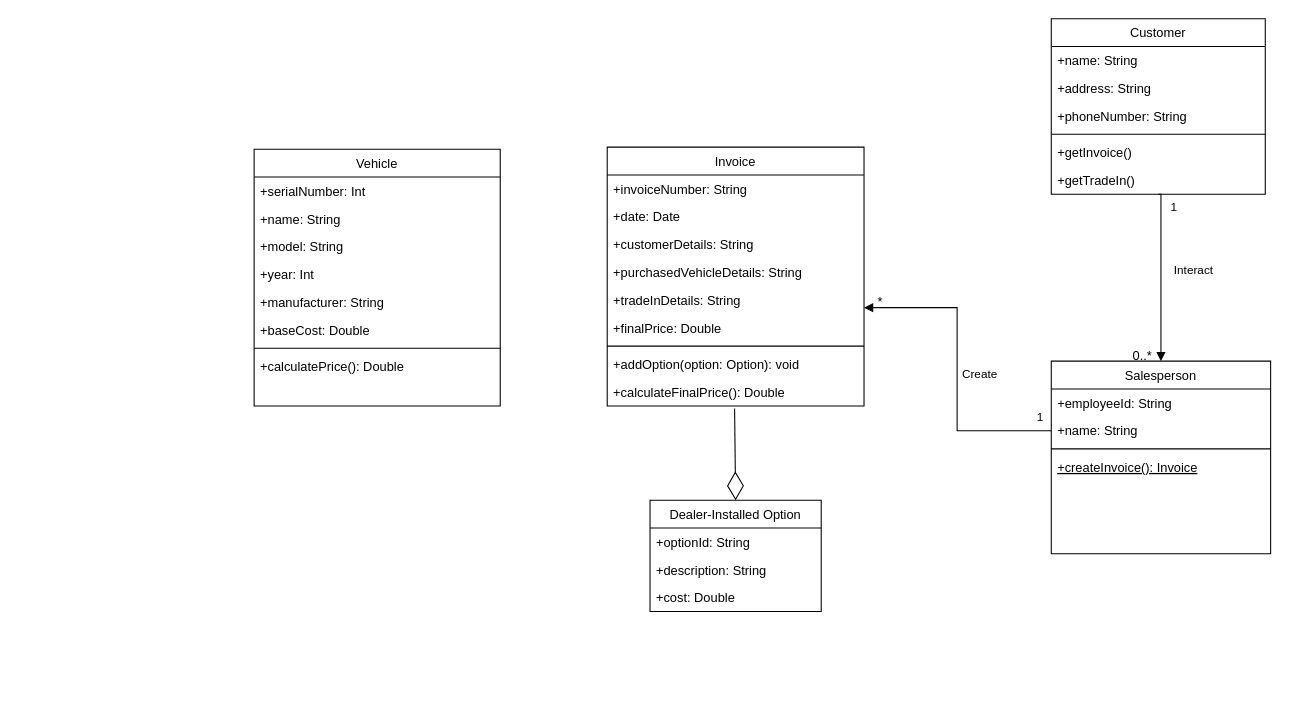
This is Untitled Diagram.drawio from LarryChenCode/IS7020_diagrams, a draw.io file, before an edit. Source tidied: cells renumbered, new cells numbered last; positions are measured from the earlier drawing's top-left corner, leaving out a move shared by most shapes. Both pictures are drawn from the tidied source at 107%, with x=0, y=0 at pixel (254, 18).
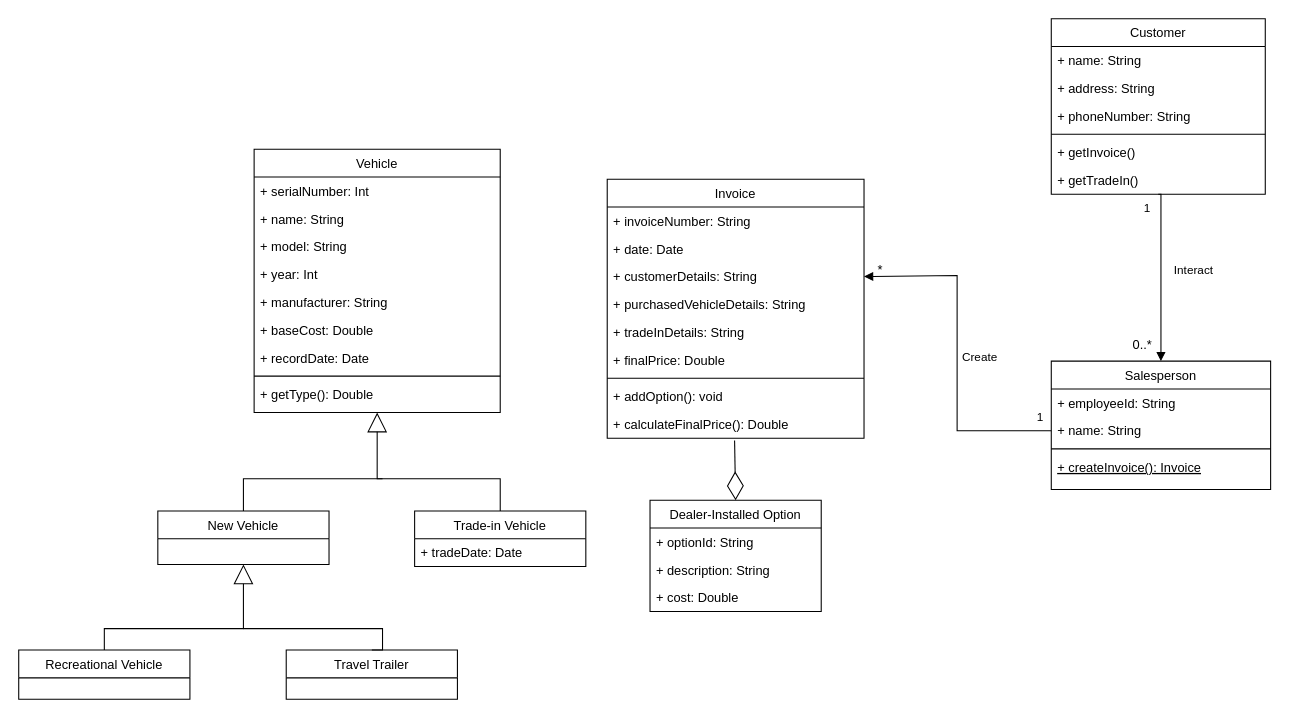
Above is the later version.

Unchanged cells that the change refers to:
```xml
<mxCell id="26" value="Customer" style="swimlane;fontStyle=0;align=center;verticalAlign=top;horizontal=1;startSize=26;rounded=0;shadow=0;strokeWidth=1;" parent="1" vertex="1">
  <mxGeometry x="745" width="200" height="164" as="geometry" />
</mxCell>
<mxCell id="33" value="Dealer-Installed Option" style="swimlane;fontStyle=0;align=center;verticalAlign=top;horizontal=1;startSize=26;rounded=0;shadow=0;strokeWidth=1;" parent="1" vertex="1">
  <mxGeometry x="370" y="450" width="160" height="104" as="geometry" />
</mxCell>
<mxCell id="37" value="Interact" style="endArrow=block;endFill=1;html=1;edgeStyle=orthogonalEdgeStyle;align=left;verticalAlign=top;rounded=0;entryX=0.5;entryY=0;entryDx=0;entryDy=0;" parent="1" edge="1" target="11">
  <mxGeometry x="-0.24" y="10" relative="1" as="geometry">
    <mxPoint x="845" y="164" as="sourcePoint" />
    <Array as="points">
      <mxPoint x="845" y="164" />
    </Array>
  </mxGeometry>
</mxCell>
```

Diff of the diagram source:
```diff
@@
     <mxCell id="2" value="Vehicle" style="swimlane;fontStyle=0;align=center;verticalAlign=top;horizontal=1;startSize=26;rounded=0;shadow=0;strokeWidth=1;" parent="1" vertex="1">
-      <mxGeometry y="122" width="230" height="240" as="geometry" />
+      <mxGeometry y="122" width="230" height="246" as="geometry" />
     </mxCell>
-    <mxCell id="3" value="+serialNumber: Int" style="text;align=left;verticalAlign=top;spacingLeft=4;spacingRight=4;overflow=hidden;" parent="2" vertex="1">
+    <mxCell id="3" value="+ serialNumber: Int" style="text;align=left;verticalAlign=top;spacingLeft=4;spacingRight=4;overflow=hidden;" parent="2" vertex="1">
       <mxGeometry y="26" width="230" height="26" as="geometry" />
     </mxCell>
-    <mxCell id="4" value="+name: String" style="text;align=left;verticalAlign=top;spacingLeft=4;spacingRight=4;overflow=hidden;rounded=0;shadow=0;html=0;" parent="2" vertex="1">
+    <mxCell id="4" value="+ name: String" style="text;align=left;verticalAlign=top;spacingLeft=4;spacingRight=4;overflow=hidden;rounded=0;shadow=0;html=0;" parent="2" vertex="1">
       <mxGeometry y="52" width="230" height="26" as="geometry" />
     </mxCell>
-    <mxCell id="5" value="+model: String" style="text;align=left;verticalAlign=top;spacingLeft=4;spacingRight=4;overflow=hidden;rounded=0;shadow=0;html=0;" parent="2" vertex="1">
+    <mxCell id="5" value="+ model: String" style="text;align=left;verticalAlign=top;spacingLeft=4;spacingRight=4;overflow=hidden;rounded=0;shadow=0;html=0;" parent="2" vertex="1">
       <mxGeometry y="78" width="230" height="26" as="geometry" />
     </mxCell>
-    <mxCell id="6" value="+year: Int" style="text;align=left;verticalAlign=top;spacingLeft=4;spacingRight=4;overflow=hidden;rounded=0;shadow=0;html=0;" parent="2" vertex="1">
+    <mxCell id="6" value="+ year: Int" style="text;align=left;verticalAlign=top;spacingLeft=4;spacingRight=4;overflow=hidden;rounded=0;shadow=0;html=0;" parent="2" vertex="1">
       <mxGeometry y="104" width="230" height="26" as="geometry" />
     </mxCell>
-    <mxCell id="7" value="+manufacturer: String" style="text;align=left;verticalAlign=top;spacingLeft=4;spacingRight=4;overflow=hidden;rounded=0;shadow=0;html=0;" parent="2" vertex="1">
+    <mxCell id="7" value="+ manufacturer: String" style="text;align=left;verticalAlign=top;spacingLeft=4;spacingRight=4;overflow=hidden;rounded=0;shadow=0;html=0;" parent="2" vertex="1">
       <mxGeometry y="130" width="230" height="26" as="geometry" />
     </mxCell>
-    <mxCell id="8" value="+baseCost: Double" style="text;align=left;verticalAlign=top;spacingLeft=4;spacingRight=4;overflow=hidden;rounded=0;shadow=0;html=0;" parent="2" vertex="1">
+    <mxCell id="8" value="+ baseCost: Double" style="text;align=left;verticalAlign=top;spacingLeft=4;spacingRight=4;overflow=hidden;rounded=0;shadow=0;html=0;" parent="2" vertex="1">
       <mxGeometry y="156" width="230" height="26" as="geometry" />
     </mxCell>
+    <mxCell id="44" value="+ recordDate: Date" style="text;align=left;verticalAlign=top;spacingLeft=4;spacingRight=4;overflow=hidden;rounded=0;shadow=0;html=0;" parent="2" vertex="1">
+      <mxGeometry y="182" width="230" height="26" as="geometry" />
+    </mxCell>
     <mxCell id="9" style="line;html=1;strokeWidth=1;align=left;verticalAlign=middle;spacingTop=-1;spacingLeft=3;spacingRight=3;labelPosition=right;" parent="2" vertex="1">
-      <mxGeometry y="182" width="230" height="8" as="geometry" />
+      <mxGeometry y="208" width="230" height="8" as="geometry" />
     </mxCell>
-    <mxCell id="10" value="+calculatePrice(): Double" style="text;align=left;verticalAlign=top;spacingLeft=4;spacingRight=4;overflow=hidden;" parent="2" vertex="1">
-      <mxGeometry y="190" width="230" height="30" as="geometry" />
-    </mxCell>
+    <mxCell id="45" value="+ getType(): Double" style="text;align=left;verticalAlign=top;spacingLeft=4;spacingRight=4;overflow=hidden;" parent="2" vertex="1">
+      <mxGeometry y="216" width="230" height="30" as="geometry" />
+    </mxCell>
     <mxCell id="11" value="Salesperson" style="swimlane;fontStyle=0;align=center;verticalAlign=top;horizontal=1;startSize=26;rounded=0;shadow=0;strokeWidth=1;" parent="1" vertex="1">
-      <mxGeometry x="745" y="320" width="205" height="180" as="geometry" />
+      <mxGeometry x="745" y="320" width="205" height="120" as="geometry" />
     </mxCell>
-    <mxCell id="12" value="+employeeId: String" style="text;align=left;verticalAlign=top;spacingLeft=4;spacingRight=4;overflow=hidden;" parent="11" vertex="1">
+    <mxCell id="12" value="+ employeeId: String" style="text;align=left;verticalAlign=top;spacingLeft=4;spacingRight=4;overflow=hidden;" parent="11" vertex="1">
       <mxGeometry y="26" width="205" height="26" as="geometry" />
     </mxCell>
-    <mxCell id="13" value="+name: String" style="text;align=left;verticalAlign=top;spacingLeft=4;spacingRight=4;overflow=hidden;points=[[0,0.5],[1,0.5]];portConstraint=eastwest;rounded=0;shadow=0;html=0;" parent="11" vertex="1">
+    <mxCell id="13" value="+ name: String" style="text;align=left;verticalAlign=top;spacingLeft=4;spacingRight=4;overflow=hidden;points=[[0,0.5],[1,0.5]];portConstraint=eastwest;rounded=0;shadow=0;html=0;" parent="11" vertex="1">
       <mxGeometry y="52" width="205" height="26" as="geometry" />
     </mxCell>
@@
-    <mxCell id="15" value="+createInvoice(): Invoice" style="text;align=left;verticalAlign=top;spacingLeft=4;spacingRight=4;overflow=hidden;fontStyle=4;" parent="11" vertex="1">
-      <mxGeometry y="86" width="205" height="94" as="geometry" />
+    <mxCell id="15" value="+ createInvoice(): Invoice" style="text;align=left;verticalAlign=top;spacingLeft=4;spacingRight=4;overflow=hidden;fontStyle=4;" parent="11" vertex="1">
+      <mxGeometry y="86" width="205" height="34" as="geometry" />
     </mxCell>
     <mxCell id="16" value="Invoice" style="swimlane;fontStyle=0;align=center;verticalAlign=top;horizontal=1;startSize=26;rounded=0;shadow=0;strokeWidth=1;" parent="1" vertex="1">
-      <mxGeometry x="330" y="120" width="240" height="242" as="geometry" />
+      <mxGeometry x="330" y="150" width="240" height="242" as="geometry" />
     </mxCell>
-    <mxCell id="17" value="+invoiceNumber: String" style="text;align=left;verticalAlign=top;spacingLeft=4;spacingRight=4;overflow=hidden;" parent="16" vertex="1">
+    <mxCell id="17" value="+ invoiceNumber: String" style="text;align=left;verticalAlign=top;spacingLeft=4;spacingRight=4;overflow=hidden;" parent="16" vertex="1">
       <mxGeometry y="26" width="240" height="26" as="geometry" />
     </mxCell>
-    <mxCell id="18" value="+date: Date" style="text;align=left;verticalAlign=top;spacingLeft=4;spacingRight=4;overflow=hidden;" parent="16" vertex="1">
+    <mxCell id="18" value="+ date: Date" style="text;align=left;verticalAlign=top;spacingLeft=4;spacingRight=4;overflow=hidden;" parent="16" vertex="1">
       <mxGeometry y="52" width="240" height="26" as="geometry" />
     </mxCell>
-    <mxCell id="19" value="+customerDetails: String" style="text;align=left;verticalAlign=top;spacingLeft=4;spacingRight=4;overflow=hidden;points=[[0,0.5],[1,0.5]];portConstraint=eastwest;" parent="16" vertex="1">
+    <mxCell id="19" value="+ customerDetails: String" style="text;align=left;verticalAlign=top;spacingLeft=4;spacingRight=4;overflow=hidden;points=[[0,0.5],[1,0.5]];portConstraint=eastwest;" parent="16" vertex="1">
       <mxGeometry y="78" width="240" height="26" as="geometry" />
     </mxCell>
-    <mxCell id="20" value="+purchasedVehicleDetails: String" style="text;align=left;verticalAlign=top;spacingLeft=4;spacingRight=4;overflow=hidden;" parent="16" vertex="1">
+    <mxCell id="20" value="+ purchasedVehicleDetails: String" style="text;align=left;verticalAlign=top;spacingLeft=4;spacingRight=4;overflow=hidden;" parent="16" vertex="1">
       <mxGeometry y="104" width="240" height="26" as="geometry" />
     </mxCell>
-    <mxCell id="21" value="+tradeInDetails: String" style="text;align=left;verticalAlign=top;spacingLeft=4;spacingRight=4;overflow=hidden;" parent="16" vertex="1">
+    <mxCell id="21" value="+ tradeInDetails: String" style="text;align=left;verticalAlign=top;spacingLeft=4;spacingRight=4;overflow=hidden;" parent="16" vertex="1">
       <mxGeometry y="130" width="240" height="26" as="geometry" />
     </mxCell>
-    <mxCell id="22" value="+finalPrice: Double" style="text;align=left;verticalAlign=top;spacingLeft=4;spacingRight=4;overflow=hidden;" parent="16" vertex="1">
+    <mxCell id="22" value="+ finalPrice: Double" style="text;align=left;verticalAlign=top;spacingLeft=4;spacingRight=4;overflow=hidden;" parent="16" vertex="1">
       <mxGeometry y="156" width="240" height="26" as="geometry" />
     </mxCell>
@@
-    <mxCell id="24" value="+addOption(option: Option): void" style="text;align=left;verticalAlign=top;spacingLeft=4;spacingRight=4;overflow=hidden;" parent="16" vertex="1">
+    <mxCell id="24" value="+ addOption(): void" style="text;align=left;verticalAlign=top;spacingLeft=4;spacingRight=4;overflow=hidden;" parent="16" vertex="1">
       <mxGeometry y="190" width="240" height="26" as="geometry" />
     </mxCell>
-    <mxCell id="25" value="+calculateFinalPrice(): Double" style="text;align=left;verticalAlign=top;spacingLeft=4;spacingRight=4;overflow=hidden;points=[[0,0.5],[1,0.5]];portConstraint=eastwest;" parent="16" vertex="1">
+    <mxCell id="25" value="+ calculateFinalPrice(): Double" style="text;align=left;verticalAlign=top;spacingLeft=4;spacingRight=4;overflow=hidden;points=[[0,0.5],[1,0.5]];portConstraint=eastwest;" parent="16" vertex="1">
       <mxGeometry y="216" width="240" height="26" as="geometry" />
     </mxCell>
@@
-    <mxCell id="27" value="+name: String" style="text;align=left;verticalAlign=top;spacingLeft=4;spacingRight=4;overflow=hidden;" parent="26" vertex="1">
+    <mxCell id="27" value="+ name: String" style="text;align=left;verticalAlign=top;spacingLeft=4;spacingRight=4;overflow=hidden;" parent="26" vertex="1">
       <mxGeometry y="26" width="200" height="26" as="geometry" />
     </mxCell>
-    <mxCell id="28" value="+address: String" style="text;align=left;verticalAlign=top;spacingLeft=4;spacingRight=4;overflow=hidden;rounded=0;shadow=0;html=0;" parent="26" vertex="1">
+    <mxCell id="28" value="+ address: String" style="text;align=left;verticalAlign=top;spacingLeft=4;spacingRight=4;overflow=hidden;rounded=0;shadow=0;html=0;" parent="26" vertex="1">
       <mxGeometry y="52" width="200" height="26" as="geometry" />
     </mxCell>
-    <mxCell id="29" value="+phoneNumber: String" style="text;align=left;verticalAlign=top;spacingLeft=4;spacingRight=4;overflow=hidden;rounded=0;shadow=0;html=0;" parent="26" vertex="1">
+    <mxCell id="29" value="+ phoneNumber: String" style="text;align=left;verticalAlign=top;spacingLeft=4;spacingRight=4;overflow=hidden;rounded=0;shadow=0;html=0;" parent="26" vertex="1">
       <mxGeometry y="78" width="200" height="26" as="geometry" />
     </mxCell>
@@
-    <mxCell id="31" value="+getInvoice()" style="text;align=left;verticalAlign=top;spacingLeft=4;spacingRight=4;overflow=hidden;" parent="26" vertex="1">
+    <mxCell id="31" value="+ getInvoice()" style="text;align=left;verticalAlign=top;spacingLeft=4;spacingRight=4;overflow=hidden;" parent="26" vertex="1">
       <mxGeometry y="112" width="200" height="26" as="geometry" />
     </mxCell>
-    <mxCell id="32" value="+getTradeIn()" style="text;align=left;verticalAlign=top;spacingLeft=4;spacingRight=4;overflow=hidden;" parent="26" vertex="1">
+    <mxCell id="32" value="+ getTradeIn()" style="text;align=left;verticalAlign=top;spacingLeft=4;spacingRight=4;overflow=hidden;" parent="26" vertex="1">
       <mxGeometry y="138" width="200" height="26" as="geometry" />
     </mxCell>
@@
-    <mxCell id="34" value="+optionId: String" style="text;align=left;verticalAlign=top;spacingLeft=4;spacingRight=4;overflow=hidden;" parent="33" vertex="1">
+    <mxCell id="34" value="+ optionId: String" style="text;align=left;verticalAlign=top;spacingLeft=4;spacingRight=4;overflow=hidden;" parent="33" vertex="1">
       <mxGeometry y="26" width="160" height="26" as="geometry" />
     </mxCell>
-    <mxCell id="35" value="+description: String" style="text;align=left;verticalAlign=top;spacingLeft=4;spacingRight=4;overflow=hidden;rounded=0;shadow=0;html=0;" parent="33" vertex="1">
+    <mxCell id="35" value="+ description: String" style="text;align=left;verticalAlign=top;spacingLeft=4;spacingRight=4;overflow=hidden;rounded=0;shadow=0;html=0;" parent="33" vertex="1">
       <mxGeometry y="52" width="160" height="26" as="geometry" />
     </mxCell>
-    <mxCell id="36" value="+cost: Double" style="text;align=left;verticalAlign=top;spacingLeft=4;spacingRight=4;overflow=hidden;" parent="33" vertex="1">
+    <mxCell id="36" value="+ cost: Double" style="text;align=left;verticalAlign=top;spacingLeft=4;spacingRight=4;overflow=hidden;" parent="33" vertex="1">
       <mxGeometry y="78" width="160" height="26" as="geometry" />
     </mxCell>
@@
     <mxCell id="38" value="1" style="edgeLabel;html=1;align=left;verticalAlign=bottom;" parent="37" vertex="1">
       <mxGeometry x="-1" relative="1" as="geometry">
-        <mxPoint x="10" y="20" as="offset" />
+        <mxPoint x="-15" y="21" as="offset" />
       </mxGeometry>
     </mxCell>
     <mxCell id="39" value="0..*" style="text;html=1;align=center;verticalAlign=middle;strokeColor=none;fillColor=none;" parent="1" vertex="1">
-      <mxGeometry x="810" y="300" width="40" height="30" as="geometry" />
+      <mxGeometry x="810" y="290" width="40" height="30" as="geometry" />
     </mxCell>
-    <mxCell id="40" value="Create" style="endArrow=block;endFill=1;html=1;edgeStyle=orthogonalEdgeStyle;align=left;verticalAlign=top;rounded=0;exitX=0;exitY=0.5;exitDx=0;exitDy=0;" parent="1" edge="1" source="13">
+    <mxCell id="40" value="Create" style="endArrow=block;endFill=1;html=1;edgeStyle=orthogonalEdgeStyle;align=left;verticalAlign=top;rounded=0;exitX=0;exitY=0.5;exitDx=0;exitDy=0;entryX=1;entryY=0.5;entryDx=0;entryDy=0;" parent="1" edge="1" source="13" target="19">
       <mxGeometry x="0.06" y="-3" relative="1" as="geometry">
-        <mxPoint x="570" y="270" as="targetPoint" />
         <Array as="points">
           <mxPoint x="657" y="385" />
-          <mxPoint x="657" y="270" />
+          <mxPoint x="657" y="240" />
+          <mxPoint x="570" y="240" />
         </Array>
       </mxGeometry>
     </mxCell>
@@
     <mxCell id="42" value="*" style="text;html=1;align=center;verticalAlign=middle;strokeColor=none;fillColor=none;" parent="1" vertex="1">
-      <mxGeometry x="570" y="250" width="30" height="30" as="geometry" />
+      <mxGeometry x="570" y="220" width="30" height="30" as="geometry" />
     </mxCell>
@@
+    <mxCell id="46" style="endArrow=block;endSize=16;endFill=0;html=1;rounded=0;entryX=0.5;entryY=1;entryDx=0;entryDy=0;exitX=0.5;exitY=0;exitDx=0;exitDy=0;" parent="1" edge="1" source="47" target="2">
+      <mxGeometry relative="1" as="geometry">
+        <Array as="points">
+          <mxPoint x="230" y="430" />
+          <mxPoint x="115" y="430" />
+        </Array>
+      </mxGeometry>
+    </mxCell>
+    <mxCell id="47" value="Trade-in Vehicle" style="swimlane;fontStyle=0;align=center;verticalAlign=top;horizontal=1;startSize=26;rounded=0;shadow=0;strokeWidth=1;" parent="1" vertex="1">
+      <mxGeometry x="150" y="460" width="160" height="52" as="geometry" />
+    </mxCell>
+    <mxCell id="48" value="+ tradeDate: Date" style="text;align=left;verticalAlign=top;spacingLeft=4;spacingRight=4;overflow=hidden;rounded=0;shadow=0;html=0;" parent="47" vertex="1">
+      <mxGeometry y="26" width="160" height="26" as="geometry" />
+    </mxCell>
+    <mxCell id="49" value="New Vehicle" style="swimlane;fontStyle=0;align=center;verticalAlign=top;horizontal=1;startSize=26;rounded=0;shadow=0;strokeWidth=1;" parent="1" vertex="1">
+      <mxGeometry x="-90" y="460" width="160" height="50" as="geometry" />
+    </mxCell>
+    <mxCell id="50" style="endArrow=none;html=1;edgeStyle=orthogonalEdgeStyle;rounded=0;exitX=0.5;exitY=0;exitDx=0;exitDy=0;" parent="1" edge="1" source="49">
+      <mxGeometry relative="1" as="geometry">
+        <mxPoint x="120" y="430" as="targetPoint" />
+        <Array as="points">
+          <mxPoint x="-10" y="460" />
+          <mxPoint x="-10" y="430" />
+        </Array>
+      </mxGeometry>
+    </mxCell>
+    <mxCell id="51" value="Recreational Vehicle" style="swimlane;fontStyle=0;align=center;verticalAlign=top;horizontal=1;startSize=26;rounded=0;shadow=0;strokeWidth=1;" parent="1" vertex="1">
+      <mxGeometry x="-220" y="590" width="160" height="46" as="geometry" />
+    </mxCell>
+    <mxCell id="52" value="Travel Trailer" style="swimlane;fontStyle=0;align=center;verticalAlign=top;horizontal=1;startSize=26;rounded=0;shadow=0;strokeWidth=1;" parent="1" vertex="1">
+      <mxGeometry x="30" y="590" width="160" height="46" as="geometry" />
+    </mxCell>
+    <mxCell id="53" style="endArrow=block;endSize=16;endFill=0;html=1;rounded=0;entryX=0.5;entryY=1;entryDx=0;entryDy=0;edgeStyle=orthogonalEdgeStyle;exitX=0.5;exitY=0;exitDx=0;exitDy=0;" parent="1" edge="1" source="52" target="49">
+      <mxGeometry relative="1" as="geometry">
+        <Array as="points">
+          <mxPoint x="120" y="570" />
+          <mxPoint x="-10" y="570" />
+        </Array>
+      </mxGeometry>
+    </mxCell>
+    <mxCell id="54" style="endArrow=none;html=1;edgeStyle=orthogonalEdgeStyle;rounded=0;" parent="1" edge="1" source="51">
+      <mxGeometry relative="1" as="geometry">
+        <mxPoint x="-10" y="570" as="targetPoint" />
+        <Array as="points">
+          <mxPoint x="-140" y="570" />
+          <mxPoint x="-10" y="570" />
+        </Array>
+      </mxGeometry>
+    </mxCell>
```
